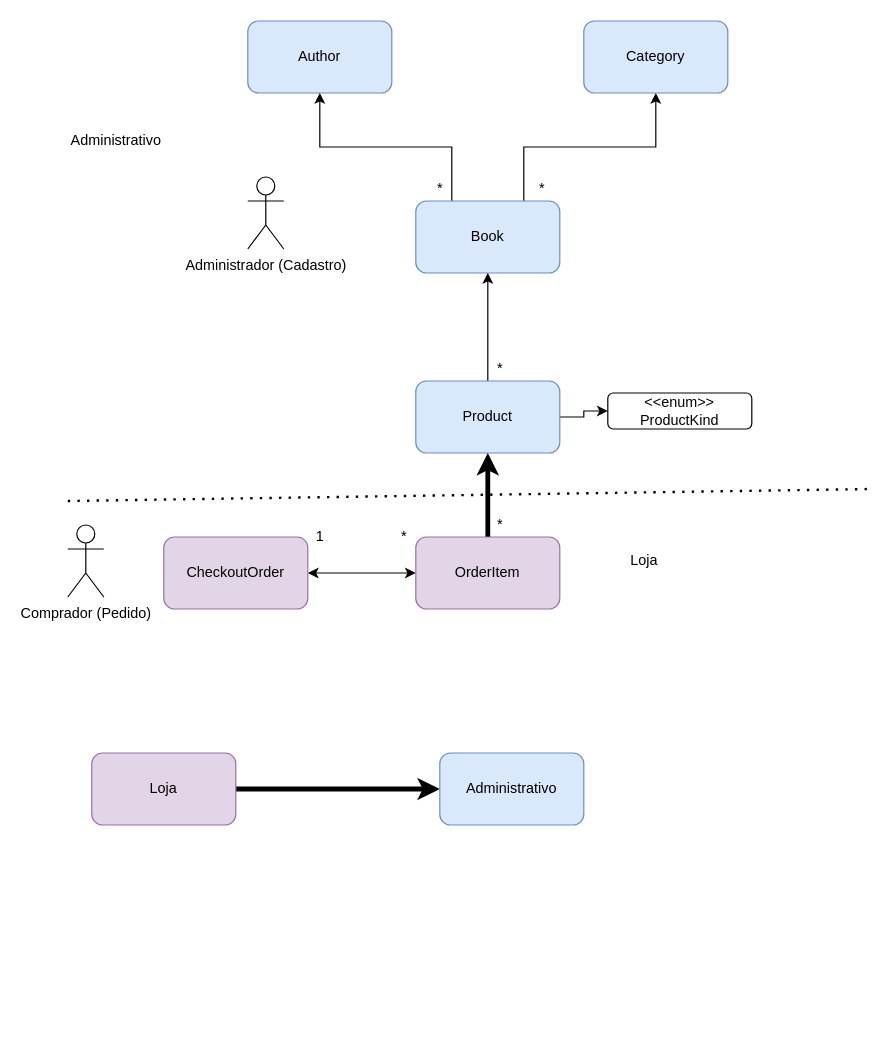
Earlier version of the draw.io diagram diagrama.drawio (alexandreaquiles/fj27-custom-jd). Source tidied: cells renumbered, new cells numbered last; positions are measured from the earlier drawing's top-left corner, leaving out a move shared by most shapes. Both pictures are drawn from the tidied source at 120%, with x=0, y=0 at pixel (61, 20).
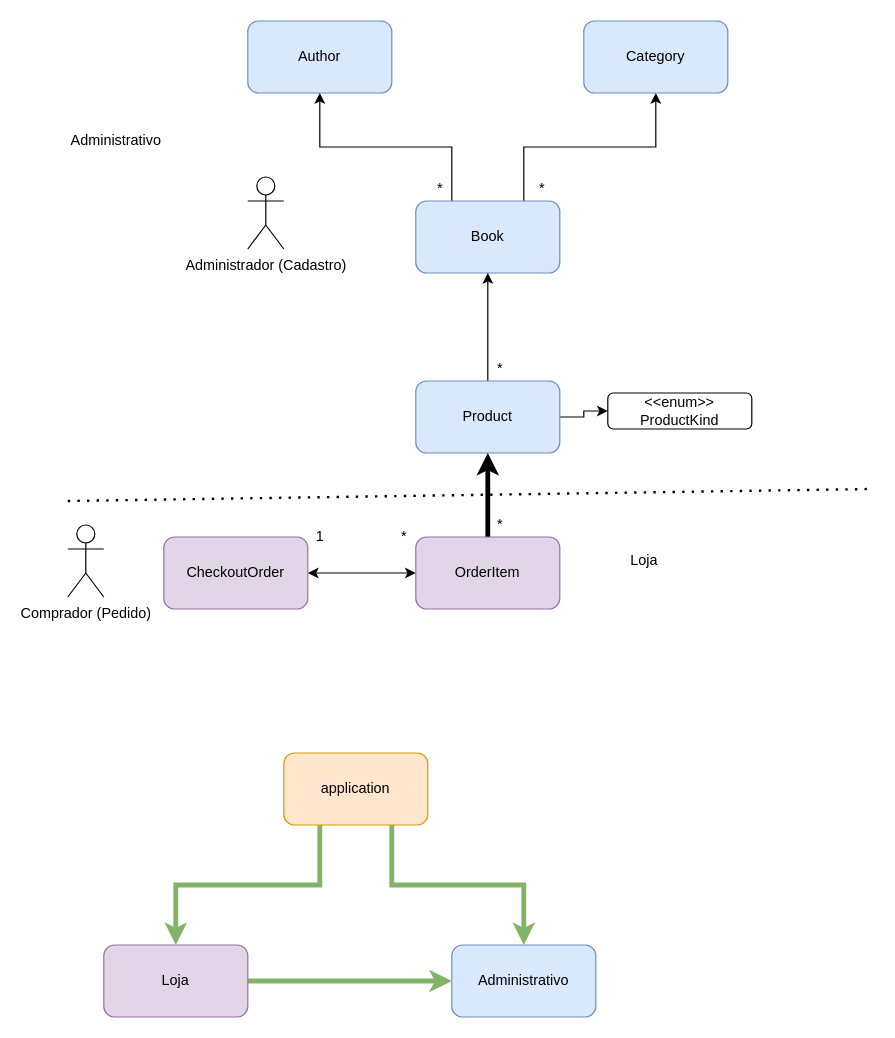
After the change.

Diff of the diagram source:
```diff
@@
-    <mxCell id="26" style="edgeStyle=orthogonalEdgeStyle;rounded=0;jettySize=auto;html=1;exitX=1;exitY=0.5;exitDx=0;exitDy=0;entryX=0;entryY=0.5;entryDx=0;entryDy=0;startArrow=none;startFill=0;strokeWidth=4;" parent="1" edge="1" source="27" target="28">
+    <mxCell id="26" style="edgeStyle=orthogonalEdgeStyle;rounded=0;jettySize=auto;html=1;exitX=1;exitY=0.5;exitDx=0;exitDy=0;entryX=0;entryY=0.5;entryDx=0;entryDy=0;startArrow=none;startFill=0;strokeWidth=4;fillColor=#d5e8d4;strokeColor=#82b366;" parent="1" edge="1" source="27" target="28">
       <mxGeometry relative="1" as="geometry" />
     </mxCell>
     <mxCell id="27" value="Loja" style="rounded=1;whiteSpace=wrap;html=1;fillColor=#e1d5e7;strokeColor=#9673a6;" parent="1" vertex="1">
-      <mxGeometry x="25" y="610" width="120" height="60" as="geometry" />
+      <mxGeometry x="35" y="770" width="120" height="60" as="geometry" />
     </mxCell>
     <mxCell id="28" value="Administrativo" style="rounded=1;whiteSpace=wrap;html=1;fillColor=#dae8fc;strokeColor=#6c8ebf;" parent="1" vertex="1">
-      <mxGeometry x="315" y="610" width="120" height="60" as="geometry" />
+      <mxGeometry x="325" y="770" width="120" height="60" as="geometry" />
     </mxCell>
+    <mxCell id="29" style="edgeStyle=orthogonalEdgeStyle;rounded=0;jettySize=auto;html=1;exitX=0.25;exitY=1;exitDx=0;exitDy=0;startArrow=none;startFill=0;strokeWidth=4;fillColor=#d5e8d4;strokeColor=#82b366;" parent="1" edge="1" source="31" target="27">
+      <mxGeometry relative="1" as="geometry" />
+    </mxCell>
+    <mxCell id="30" style="edgeStyle=orthogonalEdgeStyle;rounded=0;jettySize=auto;html=1;exitX=0.75;exitY=1;exitDx=0;exitDy=0;startArrow=none;startFill=0;strokeWidth=4;fillColor=#d5e8d4;strokeColor=#82b366;" parent="1" edge="1" source="31" target="28">
+      <mxGeometry relative="1" as="geometry" />
+    </mxCell>
+    <mxCell id="31" value="application" style="rounded=1;whiteSpace=wrap;html=1;fillColor=#ffe6cc;strokeColor=#d79b00;" parent="1" vertex="1">
+      <mxGeometry x="185" y="610" width="120" height="60" as="geometry" />
+    </mxCell>
```
